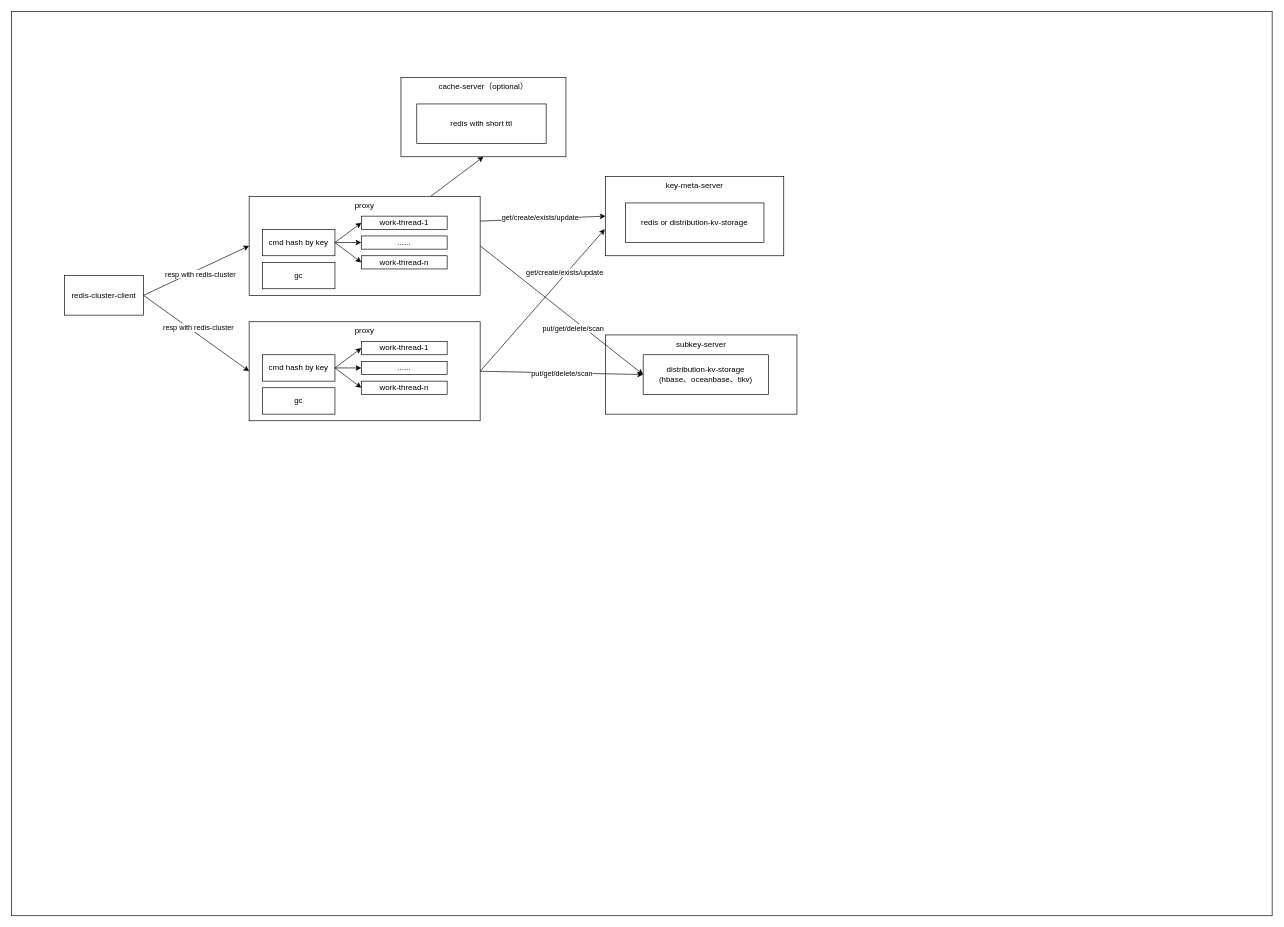
Above: docs/redis-proxy/kv/kv.drawio in netease-im/camellia (draw.io), before the change. Source tidied: cells renumbered, new cells numbered last; positions are measured from the earlier drawing's top-left corner, leaving out a move shared by most shapes. Both pictures are drawn from the tidied source at 66%, with x=0, y=0 at pixel (11, 11).
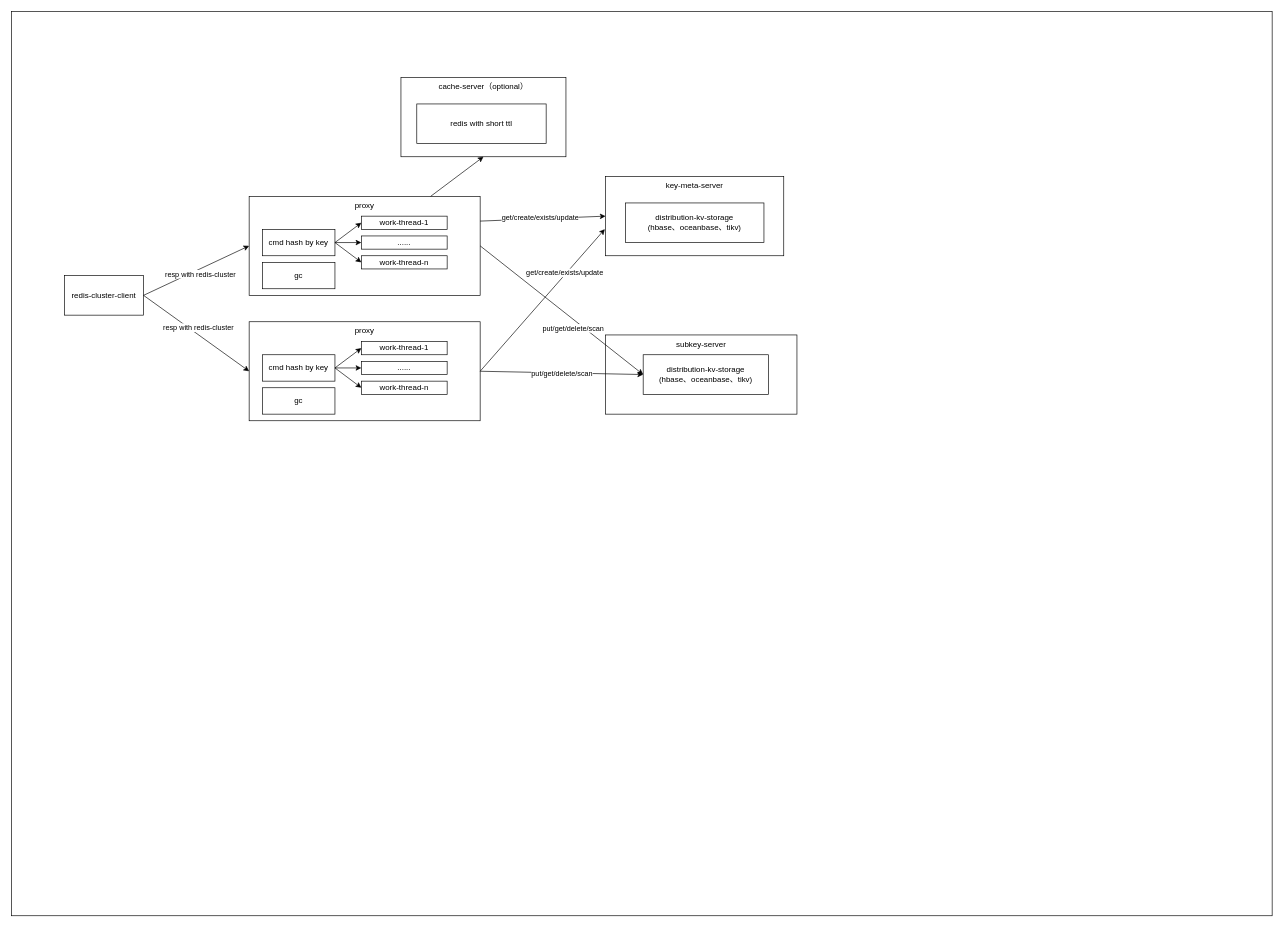
The same page after the edit.

The edit, as a diff of the source:
```diff
@@
-    <mxCell id="34" value="redis or distribution-kv-storage" style="rounded=0;whiteSpace=wrap;html=1;verticalAlign=middle;" parent="1" vertex="1">
+    <mxCell id="34" value="distribution-kv-storage&lt;br&gt;(hbase、oceanbase、tikv)" style="rounded=0;whiteSpace=wrap;html=1;verticalAlign=middle;" parent="1" vertex="1">
       <mxGeometry x="930" y="290" width="210" height="60" as="geometry" />
     </mxCell>
```
